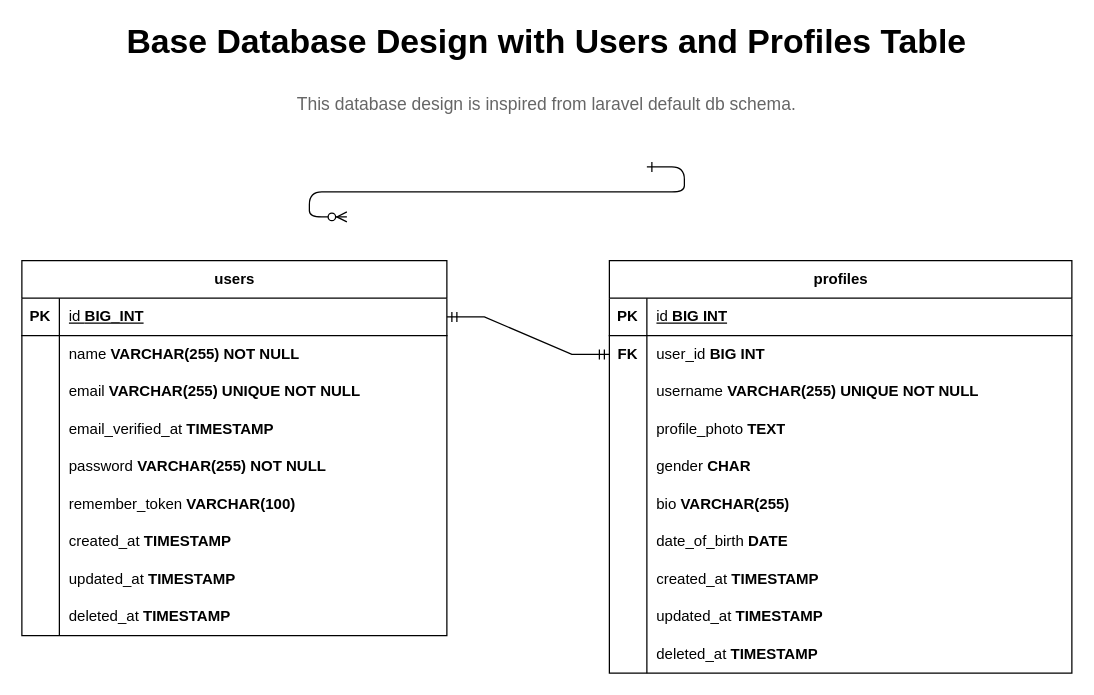
Above: Base ERD with users and profiles table.drawio in aufarijaal/system_design (draw.io), before the change. Source tidied: cells renumbered, new cells numbered last; positions are measured from the earlier drawing's top-left corner, leaving out a move shared by most shapes. Both pictures are drawn from the tidied source at 125%, with x=0, y=0 at pixel (21, 22).
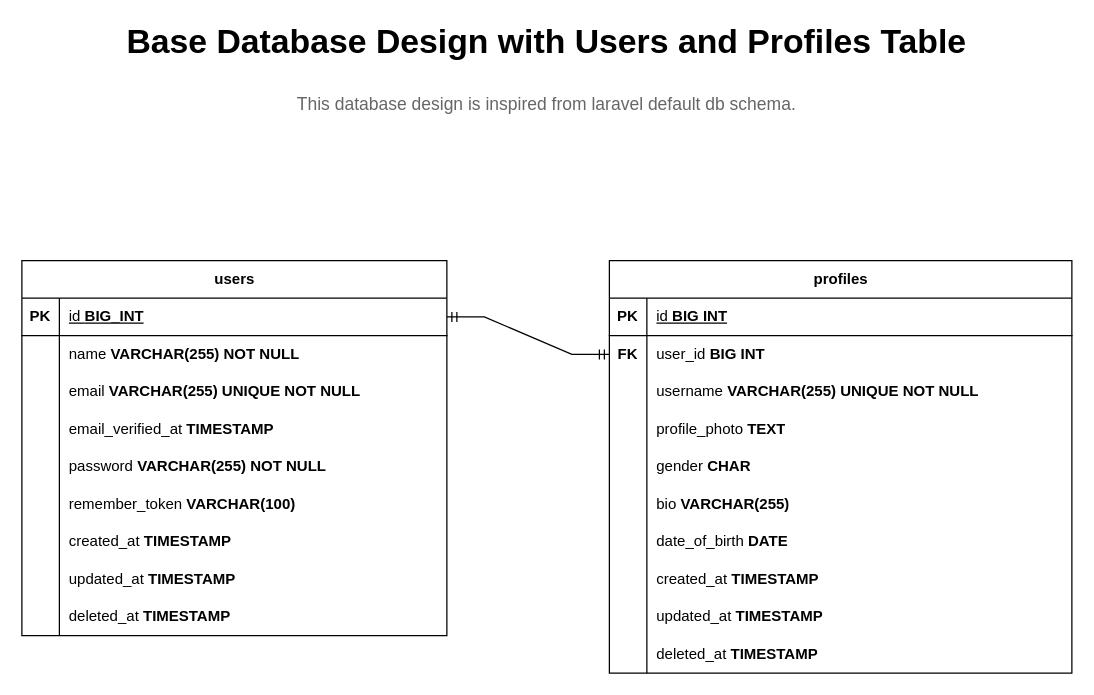
Above is the later version.

Change to the diagram source:
```diff
@@
-    <mxCell id="2" style="edgeStyle=entityRelationEdgeStyle;endArrow=ERzeroToMany;startArrow=ERone;endFill=1;startFill=0;" parent="1" edge="1">
-      <mxGeometry relative="1" as="geometry">
-        <mxPoint x="500" y="115" as="sourcePoint" />
-        <mxPoint x="260" y="155" as="targetPoint" />
-      </mxGeometry>
-    </mxCell>
```
